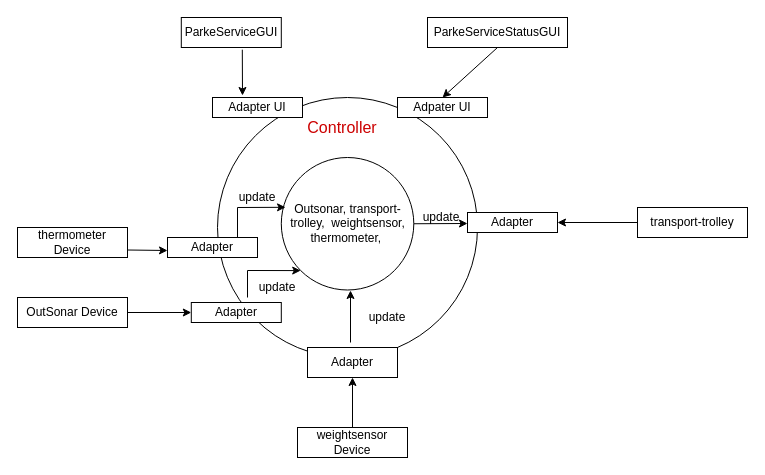
Before: it.unibo.parkManagerService/userdocs/img/A first logical architecture.drawio in noemival/ParkManagerService_2021, a draw.io diagram. Source tidied: cells renumbered, new cells numbered last; positions are measured from the earlier drawing's top-left corner, leaving out a move shared by most shapes. Both pictures are drawn from the tidied source at 100%, with x=0, y=0 at pixel (17, 17).
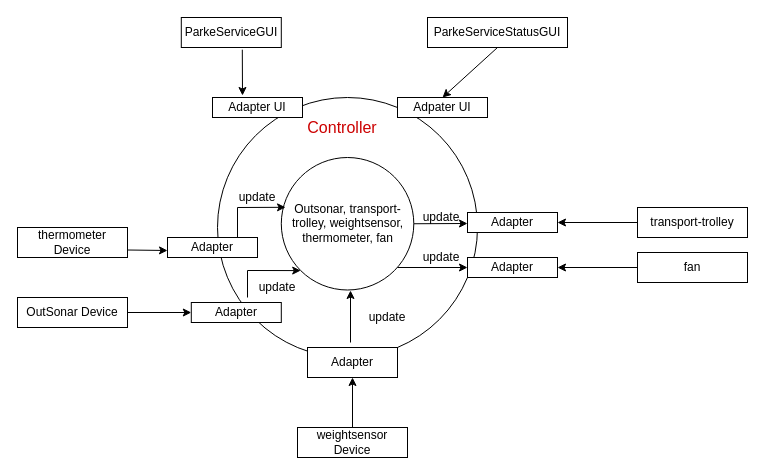
Above is the later version.

What changed in the source:
```diff
@@
-    <mxCell id="3" value="Outsonar, transport-trolley,&amp;nbsp; weightsensor, thermometer,&amp;nbsp;" style="ellipse;whiteSpace=wrap;html=1;" parent="1" vertex="1">
+    <mxCell id="3" value="Outsonar, transport-trolley, weightsensor, thermometer, fan" style="ellipse;whiteSpace=wrap;html=1;" parent="1" vertex="1">
       <mxGeometry x="263.8" y="140" width="132.5" height="132.5" as="geometry" />
     </mxCell>
@@
+    <mxCell id="32" value="fan" style="rounded=0;whiteSpace=wrap;html=1;" parent="1" vertex="1">
+      <mxGeometry x="620" y="235" width="110" height="30" as="geometry" />
+    </mxCell>
+    <mxCell id="33" value="Adapter" style="rounded=0;whiteSpace=wrap;html=1;" parent="1" vertex="1">
+      <mxGeometry x="450" y="240" width="90" height="20" as="geometry" />
+    </mxCell>
+    <mxCell id="34" style="endArrow=classic;html=1;entryX=1;entryY=0.5;entryDx=0;entryDy=0;exitX=0;exitY=0.5;exitDx=0;exitDy=0;rounded=0;" parent="1" edge="1" source="32" target="33">
+      <mxGeometry relative="1" as="geometry" />
+    </mxCell>
+    <mxCell id="35" style="endArrow=classic;html=1;" parent="1" edge="1">
+      <mxGeometry relative="1" as="geometry">
+        <mxPoint x="380" y="250" as="sourcePoint" />
+        <mxPoint x="450" y="250" as="targetPoint" />
+      </mxGeometry>
+    </mxCell>
+    <mxCell id="36" value="update" style="text;html=1;strokeColor=none;fillColor=none;align=center;verticalAlign=middle;whiteSpace=wrap;rounded=0;" parent="1" vertex="1">
+      <mxGeometry x="403.5" y="230" width="40" height="20" as="geometry" />
+    </mxCell>
```
